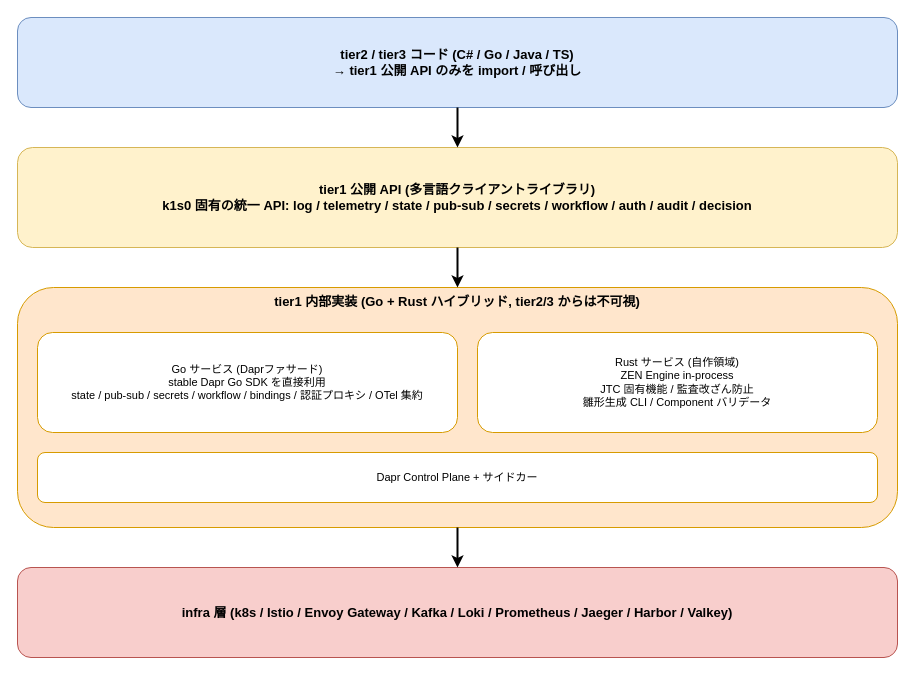
Earlier version of the draw.io diagram docs/01_企画/03_tier1設計/img/Dapr隠蔽.drawio (RyuheiKiso/k1s0). Source tidied: cells renumbered, new cells numbered last; positions are measured from the earlier drawing's top-left corner, leaving out a move shared by most shapes. Both pictures are drawn from the tidied source at 100%, with x=0, y=0 at pixel (17, 17).
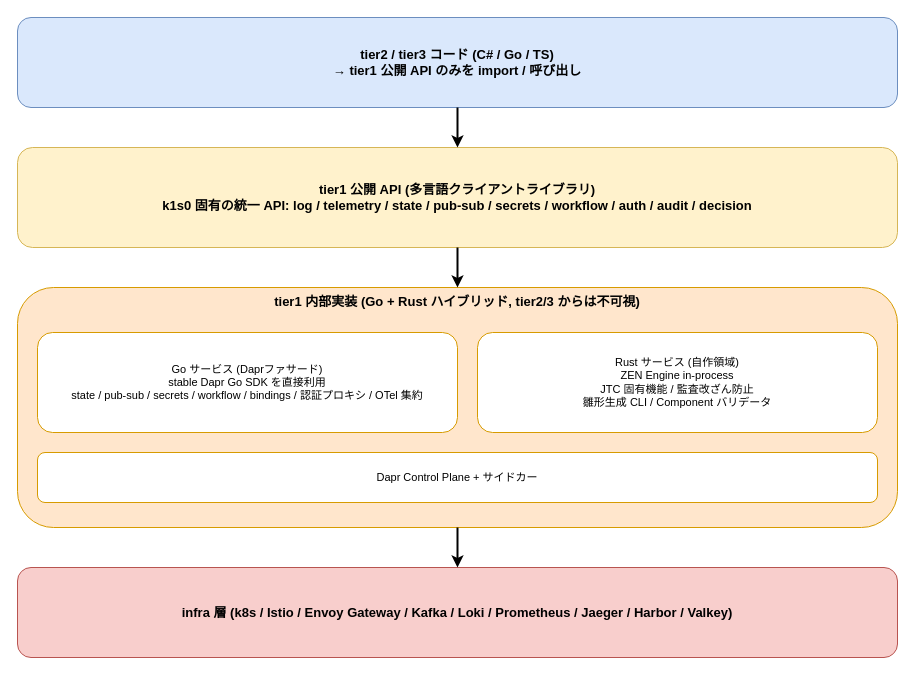
The same diagram, later.

Commit message (it also covers changes not shown here):
feat: tier1の実装言語選定とCICD関連のドキュメント更新

The edit, as a diff of the source:
```diff
@@
 <mxGraphModel>
   <root>
     <mxCell id="0" />
     <mxCell id="1" parent="0" />
-    <mxCell id="2" value="tier2 / tier3 コード (C# / Go / Java / TS)&#10;→ tier1 公開 API のみを import / 呼び出し" style="rounded=1;whiteSpace=wrap;html=1;fillColor=#dae8fc;strokeColor=#6c8ebf;fontSize=13;fontStyle=1;align=center;" parent="1" vertex="1">
+    <mxCell id="2" value="tier2 / tier3 コード (C# / Go / TS)&#10;→ tier1 公開 API のみを import / 呼び出し" style="rounded=1;whiteSpace=wrap;html=1;fillColor=#dae8fc;strokeColor=#6c8ebf;fontSize=13;fontStyle=1;align=center;" parent="1" vertex="1">
       <mxGeometry width="880" height="90" as="geometry" />
     </mxCell>
     <mxCell id="3" value="tier1 公開 API (多言語クライアントライブラリ)&#10;k1s0 固有の統一 API: log / telemetry / state / pub-sub / secrets / workflow / auth / audit / decision" style="rounded=1;whiteSpace=wrap;html=1;fillColor=#fff2cc;strokeColor=#d6b656;fontSize=13;fontStyle=1;align=center;" parent="1" vertex="1">
       <mxGeometry y="130" width="880" height="100" as="geometry" />
     </mxCell>
     <mxCell id="4" value="tier1 内部実装 (Go + Rust ハイブリッド, tier2/3 からは不可視)" style="rounded=1;whiteSpace=wrap;html=1;fillColor=#ffe6cc;strokeColor=#d79b00;fontSize=13;fontStyle=1;align=center;verticalAlign=top;" parent="1" vertex="1">
       <mxGeometry y="270" width="880" height="240" as="geometry" />
     </mxCell>
     <mxCell id="5" value="Go サービス (Daprファサード)&#10;stable Dapr Go SDK を直接利用&#10;state / pub-sub / secrets / workflow / bindings / 認証プロキシ / OTel 集約" style="rounded=1;whiteSpace=wrap;html=1;fillColor=#ffffff;strokeColor=#d79b00;fontSize=11;align=center;" parent="1" vertex="1">
       <mxGeometry x="20" y="315" width="420" height="100" as="geometry" />
     </mxCell>
     <mxCell id="6" value="Rust サービス (自作領域)&#10;ZEN Engine in-process&#10;JTC 固有機能 / 監査改ざん防止&#10;雛形生成 CLI / Component バリデータ" style="rounded=1;whiteSpace=wrap;html=1;fillColor=#ffffff;strokeColor=#d79b00;fontSize=11;align=center;" parent="1" vertex="1">
       <mxGeometry x="460" y="315" width="400" height="100" as="geometry" />
     </mxCell>
     <mxCell id="7" value="Dapr Control Plane + サイドカー" style="rounded=1;whiteSpace=wrap;html=1;fillColor=#ffffff;strokeColor=#d79b00;fontSize=11;align=center;" parent="1" vertex="1">
       <mxGeometry x="20" y="435" width="840" height="50" as="geometry" />
     </mxCell>
     <mxCell id="8" value="infra 層 (k8s / Istio / Envoy Gateway / Kafka / Loki / Prometheus / Jaeger / Harbor / Valkey)" style="rounded=1;whiteSpace=wrap;html=1;fillColor=#f8cecc;strokeColor=#b85450;fontSize=13;fontStyle=1;align=center;" parent="1" vertex="1">
       <mxGeometry y="550" width="880" height="90" as="geometry" />
     </mxCell>
     <mxCell id="9" style="endArrow=classic;html=1;strokeWidth=2;" parent="1" edge="1" source="2" target="3">
       <mxGeometry relative="1" as="geometry" />
     </mxCell>
     <mxCell id="10" style="endArrow=classic;html=1;strokeWidth=2;" parent="1" edge="1" source="3" target="4">
       <mxGeometry relative="1" as="geometry" />
     </mxCell>
     <mxCell id="11" style="endArrow=classic;html=1;strokeWidth=2;" parent="1" edge="1" source="4" target="8">
       <mxGeometry relative="1" as="geometry" />
     </mxCell>
   </root>
 </mxGraphModel>
```
